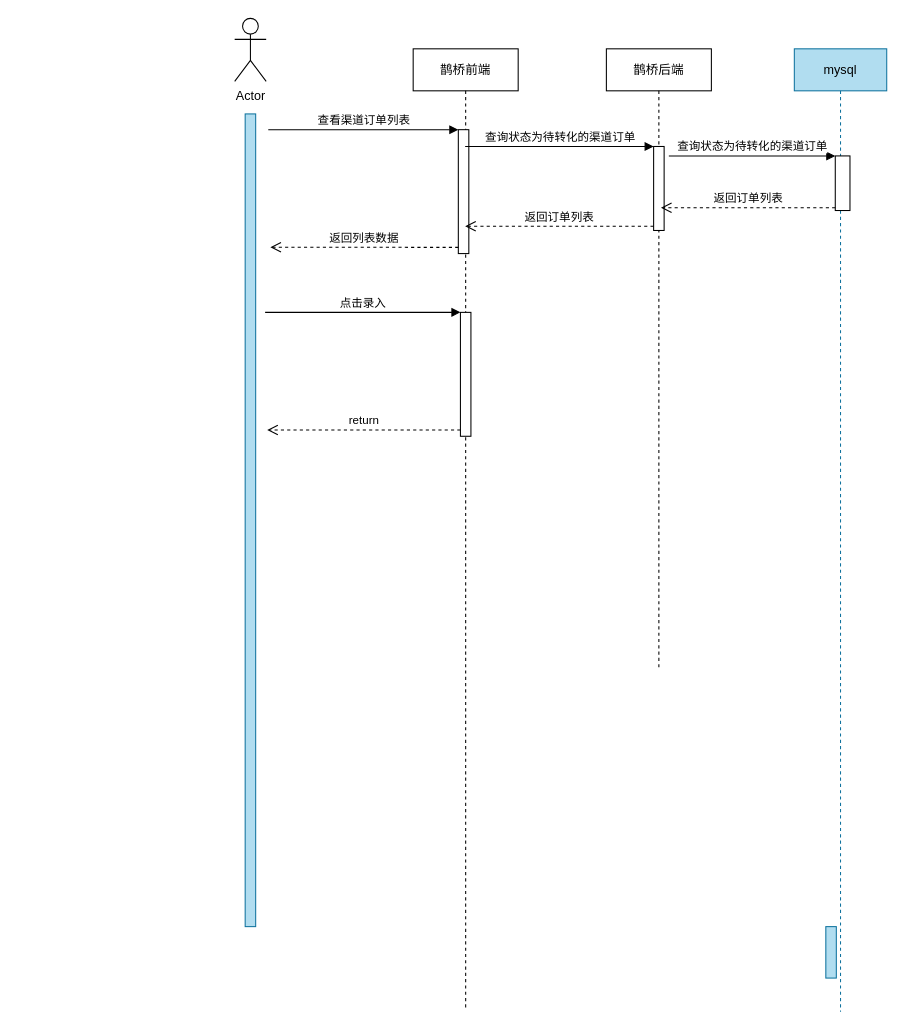
zhaoershuang/flow-chart keeps this draw.io diagram as 渠道顶大时序图.drawio. Above is the earlier version. Source tidied: cells renumbered, new cells numbered last; positions are measured from the earlier drawing's top-left corner, leaving out a move shared by most shapes. Both pictures are drawn from the tidied source at 105%, with x=0, y=0 at pixel (234, 18).
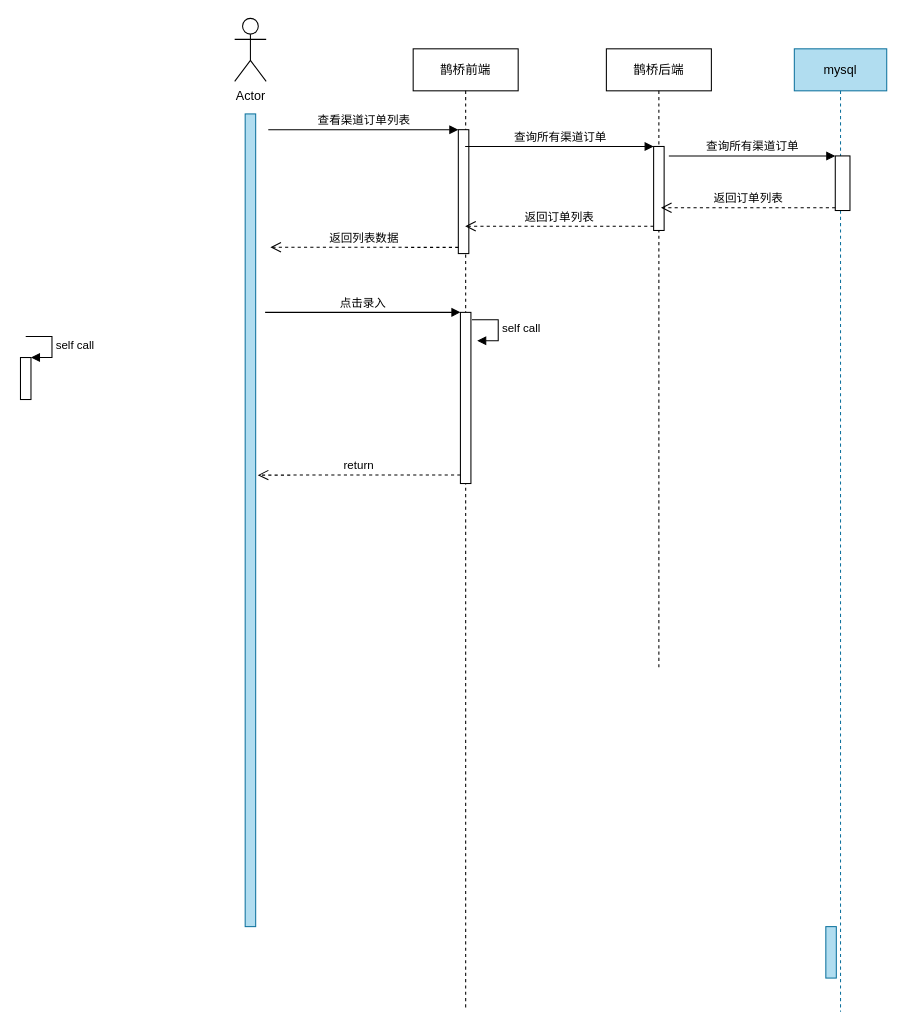
Above is the later version.

Commit message (it also covers changes not shown here):
更新渠道顶大时序图.drawio

The change refers to these unchanged cells:
```xml
<mxCell id="2" value="鹊桥前端" style="shape=umlLifeline;perimeter=lifelinePerimeter;whiteSpace=wrap;html=1;outlineConnect=0;" parent="1" vertex="1">
  <mxGeometry x="170" y="29" width="100" height="916" as="geometry" />
</mxCell>
<mxCell id="10" style="html=1;points=[];perimeter=orthogonalPerimeter;" parent="9" vertex="1">
  <mxGeometry x="45" y="93" width="10" height="80" as="geometry" />
</mxCell>
<mxCell id="18" style="html=1;points=[];perimeter=orthogonalPerimeter;" parent="1" vertex="1">
  <mxGeometry x="572" y="131" width="14" height="52" as="geometry" />
</mxCell>
```

The edit, as a diff of the source:
```diff
@@
     <mxCell id="3" style="html=1;points=[];perimeter=orthogonalPerimeter;" parent="2" vertex="1">
-      <mxGeometry x="45" y="251" width="10" height="118" as="geometry" />
+      <mxGeometry x="45" y="251" width="10" height="163" as="geometry" />
     </mxCell>
@@
     <mxCell id="5" value="return" style="html=1;verticalAlign=bottom;endArrow=open;dashed=1;endSize=8;exitX=0;exitY=0.95;" parent="2" edge="1" source="3">
       <mxGeometry relative="1" as="geometry">
-        <mxPoint x="-139" y="363" as="targetPoint" />
+        <mxPoint x="-148" y="406" as="targetPoint" />
       </mxGeometry>
     </mxCell>
@@
-    <mxCell id="16" value="查询状态为待转化的渠道订单" style="html=1;verticalAlign=bottom;endArrow=block;entryX=0;entryY=0;" parent="1" edge="1" source="2" target="10">
+    <mxCell id="16" value="查询所有渠道订单" style="html=1;verticalAlign=bottom;endArrow=block;entryX=0;entryY=0;" parent="1" edge="1" source="2" target="10">
       <mxGeometry relative="1" as="geometry" />
     </mxCell>
@@
-    <mxCell id="19" value="查询状态为待转化的渠道订单" style="html=1;verticalAlign=bottom;endArrow=block;entryX=0;entryY=0;" parent="1" edge="1" target="18">
+    <mxCell id="19" value="查询所有渠道订单" style="html=1;verticalAlign=bottom;endArrow=block;entryX=0;entryY=0;" parent="1" edge="1" target="18">
       <mxGeometry relative="1" as="geometry">
         <mxPoint x="413.5" y="131" as="sourcePoint" />
       </mxGeometry>
     </mxCell>
@@
+    <mxCell id="21" style="html=1;points=[];perimeter=orthogonalPerimeter;" parent="1" vertex="1">
+      <mxGeometry x="-204" y="323" width="10" height="40" as="geometry" />
+    </mxCell>
+    <mxCell id="22" value="self call" style="edgeStyle=orthogonalEdgeStyle;html=1;align=left;spacingLeft=2;endArrow=block;rounded=0;entryX=1;entryY=0;" parent="1" edge="1" target="21">
+      <mxGeometry relative="1" as="geometry">
+        <mxPoint x="-199" y="303" as="sourcePoint" />
+        <Array as="points">
+          <mxPoint x="-174" y="303" />
+        </Array>
+      </mxGeometry>
+    </mxCell>
+    <mxCell id="23" value="self call" style="edgeStyle=orthogonalEdgeStyle;html=1;align=left;spacingLeft=2;endArrow=block;rounded=0;entryX=1;entryY=0;" parent="1" edge="1">
+      <mxGeometry relative="1" as="geometry">
+        <mxPoint x="226" y="287" as="sourcePoint" />
+        <mxPoint x="231" y="307" as="targetPoint" />
+        <Array as="points">
+          <mxPoint x="251" y="287" />
+        </Array>
+      </mxGeometry>
+    </mxCell>
```
